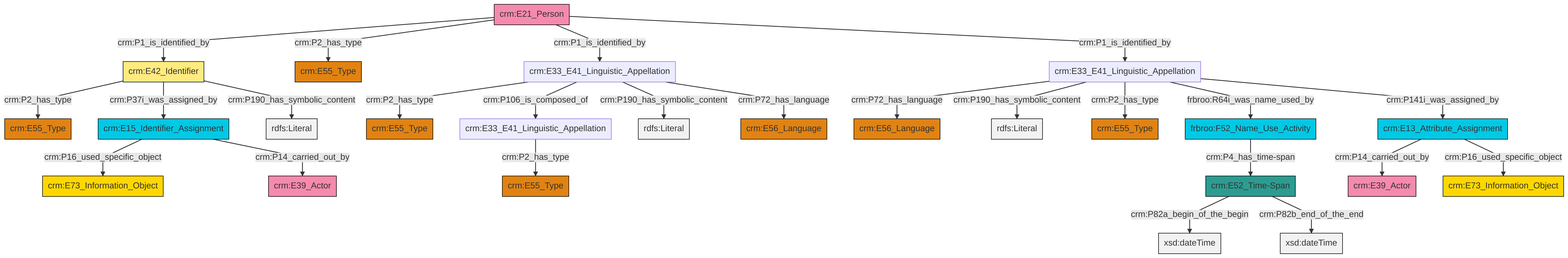
swiss-art-research-net/docs.swissartresearch keeps this Mermaid diagram as et/personCSV/ttl/mmd/png/Person_Names_and_Classification.png. Above is the earlier version. Its source is kept beside it as et/personCSV/ttl/mmd/Person_Names_and_Classification.ttl.mmd.
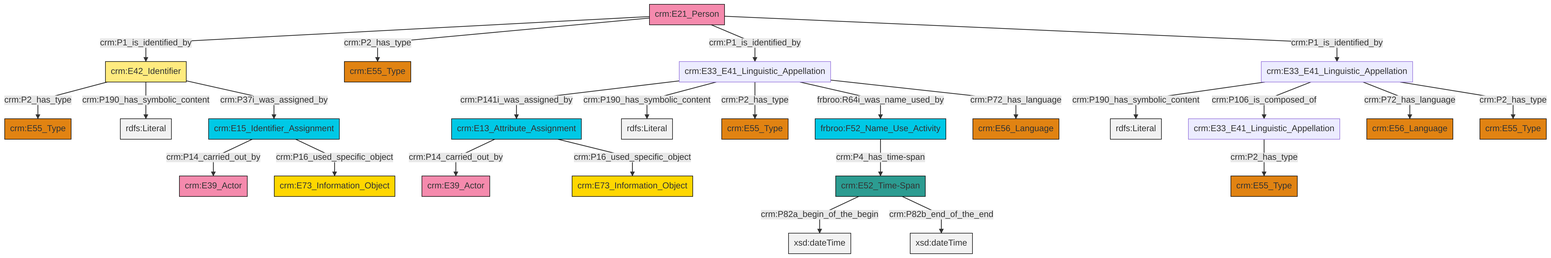
After the change.

What changed in the source:
```diff
@@ -13,27 +13,27 @@
 classDef PC_Classes fill:#4ce600, stroke:#000000;
 classDef Multi fill:#cccccc,stroke:#000000;
 
-2["crm:E33_E41_Linguistic_Appellation"]:::Default -->|crm:P72_has_language| 3["crm:E56_Language"]:::Type
-4["crm:E21_Person"]:::Actor -->|crm:P1_is_identified_by| 5["crm:E42_Identifier"]:::Appellation
-6["frbroo:F52_Name_Use_Activity"]:::Temporal_Entity -->|crm:P4_has_time-span| 10["crm:E52_Time-Span"]:::Time-Span
-12["crm:E13_Attribute_Assignment"]:::Temporal_Entity -->|crm:P14_carried_out_by| 8["crm:E39_Actor"]:::Actor
-4["crm:E21_Person"]:::Actor -->|crm:P2_has_type| 13["crm:E55_Type"]:::Type
-19["crm:E33_E41_Linguistic_Appellation"]:::Default -->|crm:P2_has_type| 14["crm:E55_Type"]:::Type
-4["crm:E21_Person"]:::Actor -->|crm:P1_is_identified_by| 19["crm:E33_E41_Linguistic_Appellation"]:::Default
-19["crm:E33_E41_Linguistic_Appellation"]:::Default -->|crm:P106_is_composed_of| 24["crm:E33_E41_Linguistic_Appellation"]:::Default
-10["crm:E52_Time-Span"]:::Time-Span -->|crm:P82a_begin_of_the_begin| 25[xsd:dateTime]:::Literal
-24["crm:E33_E41_Linguistic_Appellation"]:::Default -->|crm:P2_has_type| 20["crm:E55_Type"]:::Type
-5["crm:E42_Identifier"]:::Appellation -->|crm:P2_has_type| 27["crm:E55_Type"]:::Type
-2["crm:E33_E41_Linguistic_Appellation"]:::Default -->|crm:P190_has_symbolic_content| 28[rdfs:Literal]:::Literal
-2["crm:E33_E41_Linguistic_Appellation"]:::Default -->|crm:P2_has_type| 16["crm:E55_Type"]:::Type
-2["crm:E33_E41_Linguistic_Appellation"]:::Default -->|frbroo:R64i_was_name_used_by| 6["frbroo:F52_Name_Use_Activity"]:::Temporal_Entity
-19["crm:E33_E41_Linguistic_Appellation"]:::Default -->|crm:P190_has_symbolic_content| 32[rdfs:Literal]:::Literal
-4["crm:E21_Person"]:::Actor -->|crm:P1_is_identified_by| 2["crm:E33_E41_Linguistic_Appellation"]:::Default
-5["crm:E42_Identifier"]:::Appellation -->|crm:P37i_was_assigned_by| 0["crm:E15_Identifier_Assignment"]:::Temporal_Entity
-2["crm:E33_E41_Linguistic_Appellation"]:::Default -->|crm:P141i_was_assigned_by| 12["crm:E13_Attribute_Assignment"]:::Temporal_Entity
-5["crm:E42_Identifier"]:::Appellation -->|crm:P190_has_symbolic_content| 37[rdfs:Literal]:::Literal
-0["crm:E15_Identifier_Assignment"]:::Temporal_Entity -->|crm:P16_used_specific_object| 30["crm:E73_Information_Object"]:::Conceptual_Object
-0["crm:E15_Identifier_Assignment"]:::Temporal_Entity -->|crm:P14_carried_out_by| 22["crm:E39_Actor"]:::Actor
-19["crm:E33_E41_Linguistic_Appellation"]:::Default -->|crm:P72_has_language| 38["crm:E56_Language"]:::Type
-10["crm:E52_Time-Span"]:::Time-Span -->|crm:P82b_end_of_the_end| 42[xsd:dateTime]:::Literal
-12["crm:E13_Attribute_Assignment"]:::Temporal_Entity -->|crm:P16_used_specific_object| 43["crm:E73_Information_Object"]:::Conceptual_Object
+0["crm:E21_Person"]:::Actor -->|crm:P1_is_identified_by| 1["crm:E42_Identifier"]:::Appellation
+0["crm:E21_Person"]:::Actor -->|crm:P2_has_type| 6["crm:E55_Type"]:::Type
+2["crm:E15_Identifier_Assignment"]:::Temporal_Entity -->|crm:P14_carried_out_by| 9["crm:E39_Actor"]:::Actor
+1["crm:E42_Identifier"]:::Appellation -->|crm:P2_has_type| 13["crm:E55_Type"]:::Type
+24["crm:E33_E41_Linguistic_Appellation"]:::Default -->|crm:P141i_was_assigned_by| 25["crm:E13_Attribute_Assignment"]:::Temporal_Entity
+26["crm:E33_E41_Linguistic_Appellation"]:::Default -->|crm:P190_has_symbolic_content| 27[rdfs:Literal]:::Literal
+24["crm:E33_E41_Linguistic_Appellation"]:::Default -->|crm:P190_has_symbolic_content| 28[rdfs:Literal]:::Literal
+20["crm:E52_Time-Span"]:::Time-Span -->|crm:P82a_begin_of_the_begin| 31[xsd:dateTime]:::Literal
+25["crm:E13_Attribute_Assignment"]:::Temporal_Entity -->|crm:P14_carried_out_by| 11["crm:E39_Actor"]:::Actor
+24["crm:E33_E41_Linguistic_Appellation"]:::Default -->|crm:P2_has_type| 36["crm:E55_Type"]:::Type
+7["frbroo:F52_Name_Use_Activity"]:::Temporal_Entity -->|crm:P4_has_time-span| 20["crm:E52_Time-Span"]:::Time-Span
+24["crm:E33_E41_Linguistic_Appellation"]:::Default -->|frbroo:R64i_was_name_used_by| 7["frbroo:F52_Name_Use_Activity"]:::Temporal_Entity
+1["crm:E42_Identifier"]:::Appellation -->|crm:P190_has_symbolic_content| 39[rdfs:Literal]:::Literal
+26["crm:E33_E41_Linguistic_Appellation"]:::Default -->|crm:P106_is_composed_of| 14["crm:E33_E41_Linguistic_Appellation"]:::Default
+26["crm:E33_E41_Linguistic_Appellation"]:::Default -->|crm:P72_has_language| 16["crm:E56_Language"]:::Type
+0["crm:E21_Person"]:::Actor -->|crm:P1_is_identified_by| 24["crm:E33_E41_Linguistic_Appellation"]:::Default
+24["crm:E33_E41_Linguistic_Appellation"]:::Default -->|crm:P72_has_language| 22["crm:E56_Language"]:::Type
+14["crm:E33_E41_Linguistic_Appellation"]:::Default -->|crm:P2_has_type| 34["crm:E55_Type"]:::Type
+20["crm:E52_Time-Span"]:::Time-Span -->|crm:P82b_end_of_the_end| 42[xsd:dateTime]:::Literal
+25["crm:E13_Attribute_Assignment"]:::Temporal_Entity -->|crm:P16_used_specific_object| 29["crm:E73_Information_Object"]:::Conceptual_Object
+0["crm:E21_Person"]:::Actor -->|crm:P1_is_identified_by| 26["crm:E33_E41_Linguistic_Appellation"]:::Default
+1["crm:E42_Identifier"]:::Appellation -->|crm:P37i_was_assigned_by| 2["crm:E15_Identifier_Assignment"]:::Temporal_Entity
+26["crm:E33_E41_Linguistic_Appellation"]:::Default -->|crm:P2_has_type| 18["crm:E55_Type"]:::Type
+2["crm:E15_Identifier_Assignment"]:::Temporal_Entity -->|crm:P16_used_specific_object| 4["crm:E73_Information_Object"]:::Conceptual_Object
```
